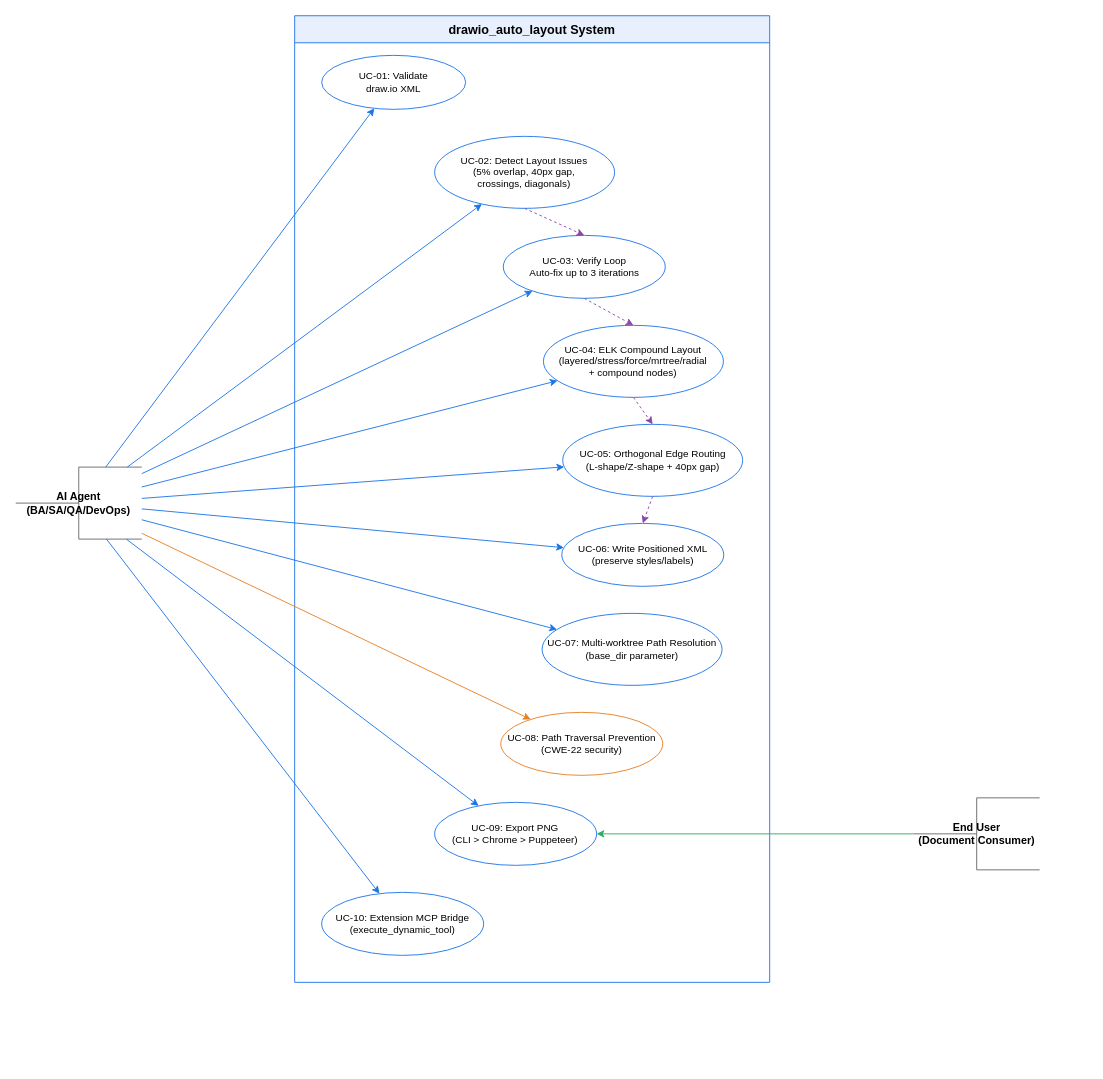
dnguyenminh/SDLC-Agents-4-Enteprise keeps this draw.io diagram as documents/SA4E-406/diagrams/use-case.drawio. Above is the earlier version. Source tidied: cells renumbered, new cells numbered last; positions are measured from the earlier drawing's top-left corner, leaving out a move shared by most shapes. Both pictures are drawn from the tidied source at 90%, with x=0, y=0 at pixel (15, 15).
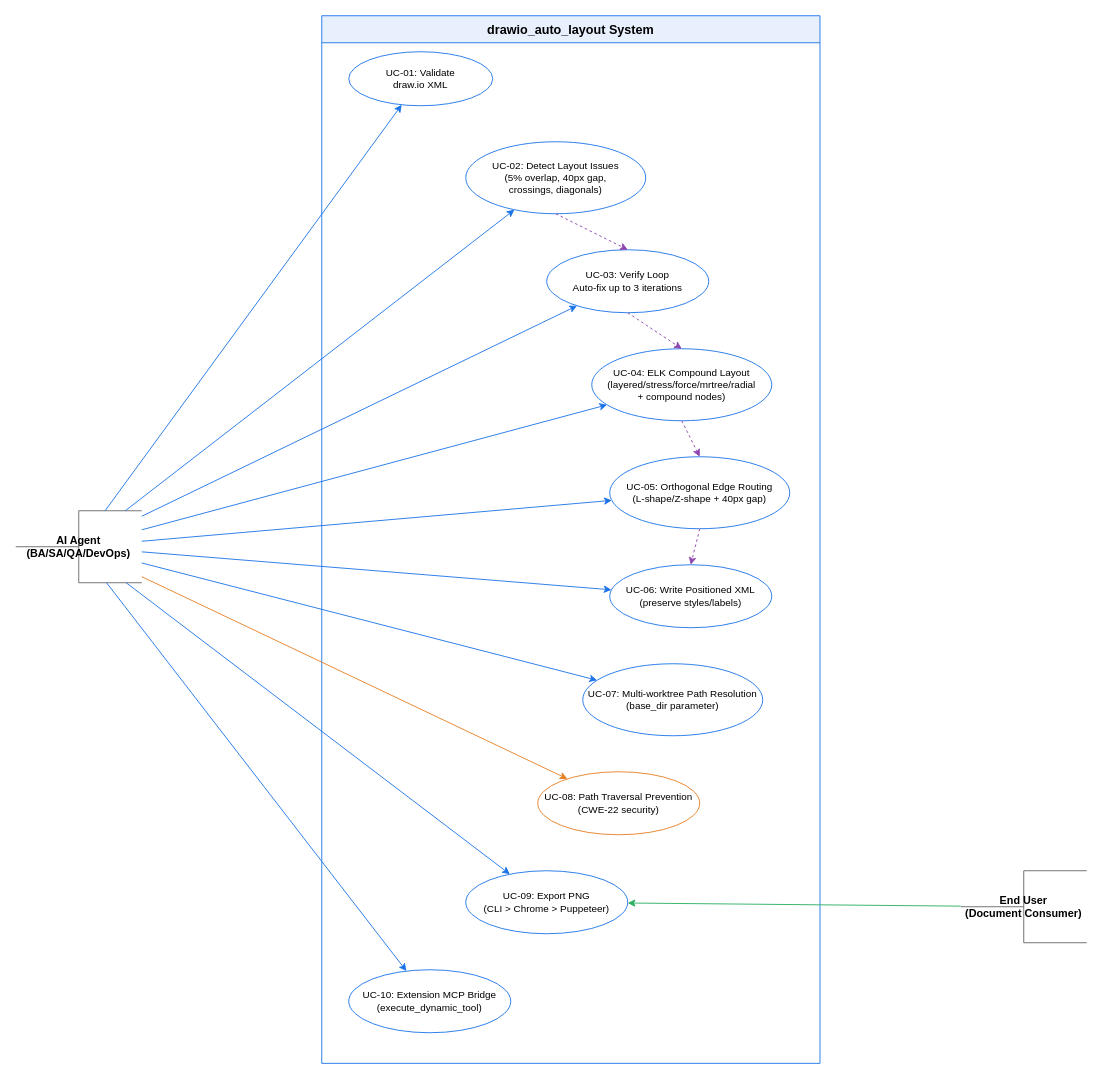
The same page after the edit.

Change to the diagram source:
```diff
@@
     <mxCell id="2" value="AI Agent&#10;(BA/SA/QA/DevOps)" style="shape=mxgraph.flowchart.annotation_2;whiteSpace=wrap;html=1;fillColor=#f5f5f5;strokeColor=#666666;fontSize=12;fontStyle=1;" parent="1" vertex="1">
-      <mxGeometry y="501.5" width="140" height="80" as="geometry" />
+      <mxGeometry y="550" width="140" height="80" as="geometry" />
     </mxCell>
     <mxCell id="3" value="End User&#10;(Document Consumer)" style="shape=mxgraph.flowchart.annotation_2;whiteSpace=wrap;html=1;fillColor=#f5f5f5;strokeColor=#666666;fontSize=12;fontStyle=1;" parent="1" vertex="1">
-      <mxGeometry x="997.7" y="869" width="140" height="80" as="geometry" />
+      <mxGeometry x="1050" y="950" width="140" height="80" as="geometry" />
     </mxCell>
     <mxCell id="4" value="drawio_auto_layout System" style="swimlane;startSize=30;fillColor=#e8f0fe;strokeColor=#1a73e8;fontSize=14;fontStyle=1;" parent="1" vertex="1">
-      <mxGeometry x="309.9" width="527.8" height="1074" as="geometry" />
+      <mxGeometry x="340" width="553.6" height="1164" as="geometry" />
     </mxCell>
     <mxCell id="5" value="UC-01: Validate&#10;draw.io XML" style="ellipse;whiteSpace=wrap;html=1;fillColor=#fff;strokeColor=#1a73e8;fontSize=11;" parent="4" vertex="1">
-      <mxGeometry x="30" y="44" width="160" height="60" as="geometry" />
+      <mxGeometry x="30" y="40" width="160" height="60" as="geometry" />
     </mxCell>
     <mxCell id="6" value="UC-02: Detect Layout Issues&#10;(5% overlap, 40px gap,&#10;crossings, diagonals)" style="ellipse;whiteSpace=wrap;html=1;fillColor=#fff;strokeColor=#1a73e8;fontSize=11;" parent="4" vertex="1">
-      <mxGeometry x="155.5" y="134" width="200" height="80" as="geometry" />
+      <mxGeometry x="160" y="140" width="200" height="80" as="geometry" />
     </mxCell>
     <mxCell id="7" value="UC-03: Verify Loop&#10;Auto-fix up to 3 iterations" style="ellipse;whiteSpace=wrap;html=1;fillColor=#fff;strokeColor=#1a73e8;fontSize=11;" parent="4" vertex="1">
-      <mxGeometry x="231.8" y="244" width="180" height="70" as="geometry" />
+      <mxGeometry x="250" y="260" width="180" height="70" as="geometry" />
     </mxCell>
     <mxCell id="8" value="UC-04: ELK Compound Layout&#10;(layered/stress/force/mrtree/radial&#10;+ compound nodes)" style="ellipse;whiteSpace=wrap;html=1;fillColor=#fff;strokeColor=#1a73e8;fontSize=11;" parent="4" vertex="1">
-      <mxGeometry x="276.4" y="344" width="200" height="80" as="geometry" />
+      <mxGeometry x="300" y="370" width="200" height="80" as="geometry" />
     </mxCell>
     <mxCell id="9" value="UC-05: Orthogonal Edge Routing&#10;(L-shape/Z-shape + 40px gap)" style="ellipse;whiteSpace=wrap;html=1;fillColor=#fff;strokeColor=#1a73e8;fontSize=11;" parent="4" vertex="1">
-      <mxGeometry x="297.8" y="454" width="200" height="80" as="geometry" />
+      <mxGeometry x="320" y="490" width="200" height="80" as="geometry" />
     </mxCell>
     <mxCell id="10" value="UC-06: Write Positioned XML&#10;(preserve styles/labels)" style="ellipse;whiteSpace=wrap;html=1;fillColor=#fff;strokeColor=#1a73e8;fontSize=11;" parent="4" vertex="1">
-      <mxGeometry x="296.8" y="564" width="180" height="70" as="geometry" />
+      <mxGeometry x="320" y="610" width="180" height="70" as="geometry" />
     </mxCell>
     <mxCell id="11" value="UC-07: Multi-worktree Path Resolution&#10;(base_dir parameter)" style="ellipse;whiteSpace=wrap;html=1;fillColor=#fff;strokeColor=#1a73e8;fontSize=11;" parent="4" vertex="1">
-      <mxGeometry x="274.9" y="664" width="200" height="80" as="geometry" />
+      <mxGeometry x="290" y="720" width="200" height="80" as="geometry" />
     </mxCell>
     <mxCell id="12" value="UC-08: Path Traversal Prevention&#10;(CWE-22 security)" style="ellipse;whiteSpace=wrap;html=1;fillColor=#fff;strokeColor=#e67e22;fontSize=11;" parent="4" vertex="1">
-      <mxGeometry x="229" y="774" width="180" height="70" as="geometry" />
+      <mxGeometry x="240" y="840" width="180" height="70" as="geometry" />
     </mxCell>
     <mxCell id="13" value="UC-09: Export PNG&#10;(CLI &amp;gt; Chrome &amp;gt; Puppeteer)" style="ellipse;whiteSpace=wrap;html=1;fillColor=#fff;strokeColor=#1a73e8;fontSize=11;" parent="4" vertex="1">
-      <mxGeometry x="155.5" y="874" width="180" height="70" as="geometry" />
+      <mxGeometry x="160" y="950" width="180" height="70" as="geometry" />
     </mxCell>
     <mxCell id="14" value="UC-10: Extension MCP Bridge&#10;(execute_dynamic_tool)" style="ellipse;whiteSpace=wrap;html=1;fillColor=#fff;strokeColor=#1a73e8;fontSize=11;" parent="4" vertex="1">
-      <mxGeometry x="30" y="974" width="180" height="70" as="geometry" />
+      <mxGeometry x="30" y="1060" width="180" height="70" as="geometry" />
     </mxCell>
@@
-    <mxCell id="26" style="html=1;strokeColor=#8e44ad;dashed=1;edgeStyle=none;exitX=0.5;exitY=1;exitDx=0;exitDy=0;entryX=0.5;entryY=0;entryDx=0;entryDy=0;" parent="1" edge="1" source="6" target="7">
+    <mxCell id="26" style="html=1;strokeColor=#8e44ad;dashed=1;edgeStyle=none;exitX=0.5;exitY=1;exitDx=0;exitDy=0;entryX=0.5;entryY=0;entryDx=0;entryDy=0;" parent="4" edge="1" source="6" target="7">
       <mxGeometry relative="1" as="geometry" />
     </mxCell>
-    <mxCell id="27" style="html=1;strokeColor=#8e44ad;dashed=1;edgeStyle=none;exitX=0.5;exitY=1;exitDx=0;exitDy=0;entryX=0.5;entryY=0;entryDx=0;entryDy=0;" parent="1" edge="1" source="7" target="8">
+    <mxCell id="27" style="html=1;strokeColor=#8e44ad;dashed=1;edgeStyle=none;exitX=0.5;exitY=1;exitDx=0;exitDy=0;entryX=0.5;entryY=0;entryDx=0;entryDy=0;" parent="4" edge="1" source="7" target="8">
       <mxGeometry relative="1" as="geometry" />
     </mxCell>
-    <mxCell id="28" style="html=1;strokeColor=#8e44ad;dashed=1;edgeStyle=none;exitX=0.5;exitY=1;exitDx=0;exitDy=0;entryX=0.5;entryY=0;entryDx=0;entryDy=0;" parent="1" edge="1" source="8" target="9">
+    <mxCell id="28" style="html=1;strokeColor=#8e44ad;dashed=1;edgeStyle=none;exitX=0.5;exitY=1;exitDx=0;exitDy=0;entryX=0.5;entryY=0;entryDx=0;entryDy=0;" parent="4" edge="1" source="8" target="9">
       <mxGeometry relative="1" as="geometry" />
     </mxCell>
-    <mxCell id="29" style="html=1;strokeColor=#8e44ad;dashed=1;edgeStyle=none;exitX=0.5;exitY=1;exitDx=0;exitDy=0;entryX=0.5;entryY=0;entryDx=0;entryDy=0;" parent="1" edge="1" source="9" target="10">
+    <mxCell id="29" style="html=1;strokeColor=#8e44ad;dashed=1;edgeStyle=none;exitX=0.5;exitY=1;exitDx=0;exitDy=0;entryX=0.5;entryY=0;entryDx=0;entryDy=0;" parent="4" edge="1" source="9" target="10">
       <mxGeometry relative="1" as="geometry" />
     </mxCell>
```
